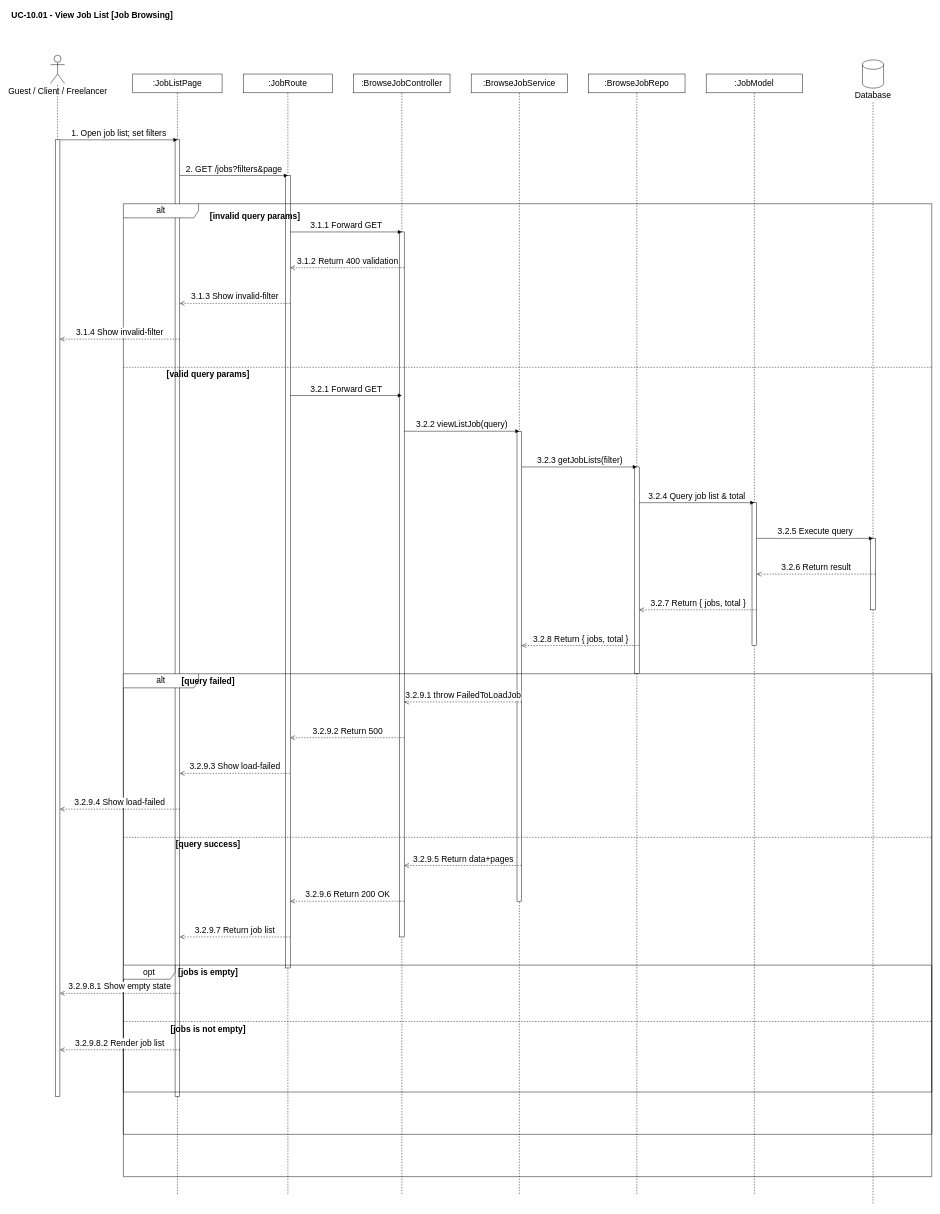
Earlier version of the draw.io diagram sequence-diagrams/UC-10.01_-_View_Job_List.drawio (Thunggg/Frevia). Source tidied: cells renumbered, new cells numbered last; positions are measured from the earlier drawing's top-left corner, leaving out a move shared by most shapes. Both pictures are drawn from the tidied source at 47%, with x=0, y=0 at pixel (10, 8).
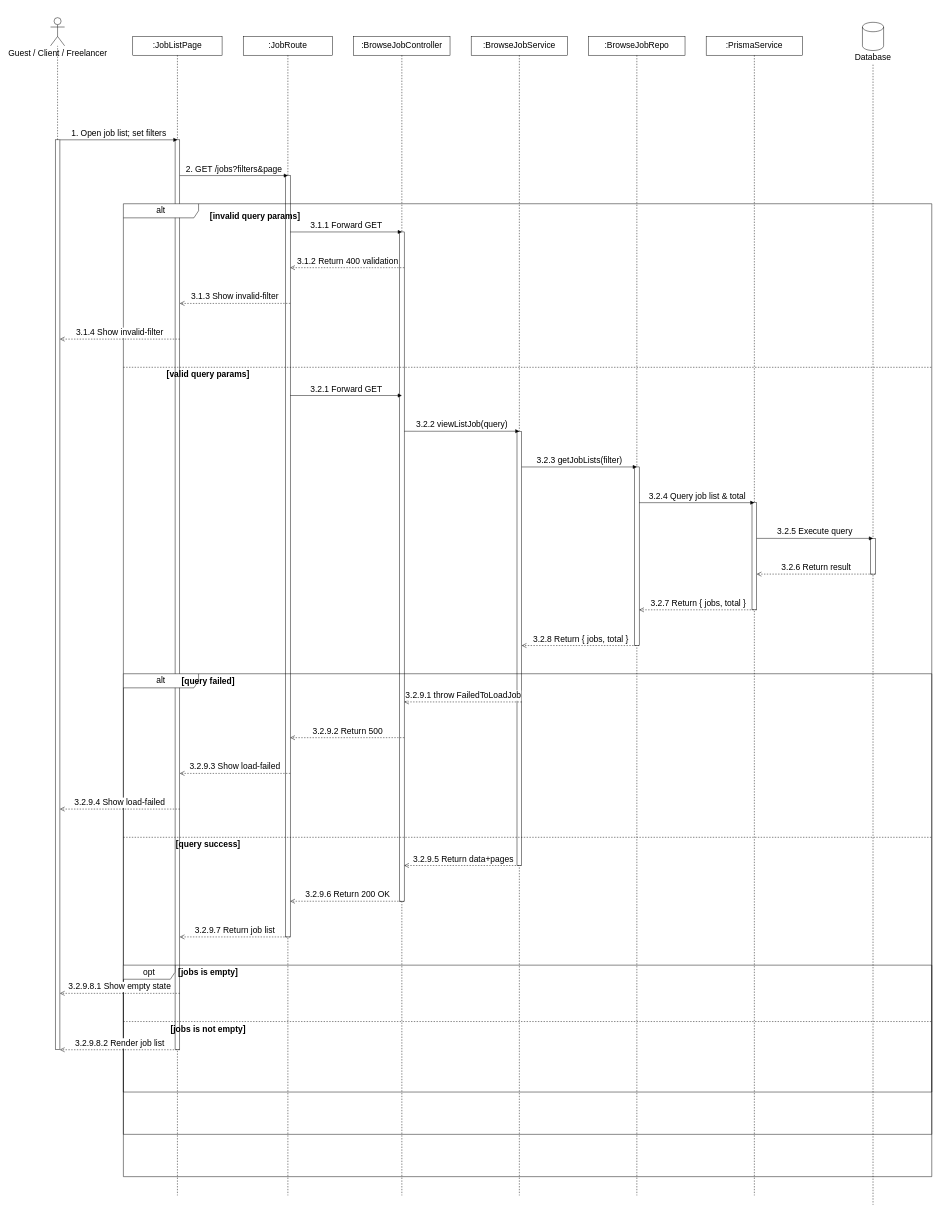
Above is the later version.

The edit, as a diff of the source:
```diff
@@
-    <mxCell id="2" value="UC-10.01 - View Job List [Job Browsing]" style="text;html=1;align=left;verticalAlign=middle;whiteSpace=wrap;rounded=0;fontSize=18;fontStyle=1;" parent="1" vertex="1">
-      <mxGeometry width="620" height="30" as="geometry" />
-    </mxCell>
     <mxCell id="3" value="Guest / Client / Freelancer" style="shape=umlActor;verticalLabelPosition=bottom;verticalAlign=top;html=1;fontSize=18;" parent="1" vertex="1">
-      <mxGeometry x="85" y="100" width="30" height="60" as="geometry" />
+      <mxGeometry x="85" y="20" width="30" height="60" as="geometry" />
     </mxCell>
     <mxCell id="4" value=":JobListPage" style="shape=umlLifeline;perimeter=lifelinePerimeter;whiteSpace=wrap;html=1;newEdgeStyle={&quot;curved&quot;:0,&quot;rounded&quot;:0};fontSize=18;" parent="1" vertex="1">
-      <mxGeometry x="260" y="140" width="190" height="2386" as="geometry" />
+      <mxGeometry x="260" y="60" width="190" height="2466" as="geometry" />
     </mxCell>
     <mxCell id="5" value=":JobRoute" style="shape=umlLifeline;perimeter=lifelinePerimeter;whiteSpace=wrap;html=1;newEdgeStyle={&quot;curved&quot;:0,&quot;rounded&quot;:0};fontSize=18;" parent="1" vertex="1">
-      <mxGeometry x="495" y="140" width="190" height="2386" as="geometry" />
+      <mxGeometry x="495" y="60" width="190" height="2466" as="geometry" />
     </mxCell>
     <mxCell id="6" value=":BrowseJobController" style="shape=umlLifeline;perimeter=lifelinePerimeter;whiteSpace=wrap;html=1;newEdgeStyle={&quot;curved&quot;:0,&quot;rounded&quot;:0};fontSize=18;" parent="1" vertex="1">
-      <mxGeometry x="730" y="140" width="205" height="2386" as="geometry" />
+      <mxGeometry x="730" y="60" width="205" height="2466" as="geometry" />
     </mxCell>
     <mxCell id="7" value=":BrowseJobService" style="shape=umlLifeline;perimeter=lifelinePerimeter;whiteSpace=wrap;html=1;newEdgeStyle={&quot;curved&quot;:0,&quot;rounded&quot;:0};fontSize=18;" parent="1" vertex="1">
-      <mxGeometry x="980" y="140" width="205" height="2386" as="geometry" />
+      <mxGeometry x="980" y="60" width="205" height="2466" as="geometry" />
     </mxCell>
     <mxCell id="8" value=":BrowseJobRepo" style="shape=umlLifeline;perimeter=lifelinePerimeter;whiteSpace=wrap;html=1;newEdgeStyle={&quot;curved&quot;:0,&quot;rounded&quot;:0};fontSize=18;" parent="1" vertex="1">
-      <mxGeometry x="1230" y="140" width="205" height="2386" as="geometry" />
+      <mxGeometry x="1230" y="60" width="205" height="2466" as="geometry" />
     </mxCell>
-    <mxCell id="9" value=":JobModel" style="shape=umlLifeline;perimeter=lifelinePerimeter;whiteSpace=wrap;html=1;newEdgeStyle={&quot;curved&quot;:0,&quot;rounded&quot;:0};fontSize=18;" parent="1" vertex="1">
-      <mxGeometry x="1480" y="140" width="205" height="2386" as="geometry" />
+    <mxCell id="9" value=":PrismaService" style="shape=umlLifeline;perimeter=lifelinePerimeter;whiteSpace=wrap;html=1;newEdgeStyle={&quot;curved&quot;:0,&quot;rounded&quot;:0};fontSize=18;" parent="1" vertex="1">
+      <mxGeometry x="1480" y="60" width="205" height="2466" as="geometry" />
     </mxCell>
     <mxCell id="10" style="strokeWidth=1;html=1;shape=mxgraph.flowchart.database;whiteSpace=wrap;" parent="1" vertex="1">
-      <mxGeometry x="1812.5" y="110" width="45" height="60" as="geometry" />
+      <mxGeometry x="1812.5" y="30" width="45" height="60" as="geometry" />
     </mxCell>
     <mxCell id="11" value="Database" style="text;html=1;align=center;verticalAlign=middle;whiteSpace=wrap;rounded=0;fontSize=18;" parent="1" vertex="1">
-      <mxGeometry x="1730" y="170" width="210" height="30" as="geometry" />
+      <mxGeometry x="1730" y="90" width="210" height="30" as="geometry" />
     </mxCell>
@@
     <mxCell id="13" style="html=1;points=[[0,0,0,0,5],[0,1,0,0,-5],[1,0,0,0,5],[1,1,0,0,-5]];perimeter=orthogonalPerimeter;outlineConnect=0;targetShapes=umlLifeline;portConstraint=eastwest;newEdgeStyle={&quot;curved&quot;:0,&quot;rounded&quot;:0};fontSize=18;" parent="1" vertex="1">
-      <mxGeometry x="95" y="280" width="10" height="2035" as="geometry" />
+      <mxGeometry x="95" y="280" width="10" height="1936" as="geometry" />
     </mxCell>
     <mxCell id="14" style="html=1;points=[[0,0,0,0,5],[0,1,0,0,-5],[1,0,0,0,5],[1,1,0,0,-5]];perimeter=orthogonalPerimeter;outlineConnect=0;targetShapes=umlLifeline;portConstraint=eastwest;newEdgeStyle={&quot;curved&quot;:0,&quot;rounded&quot;:0};fontSize=18;" parent="1" vertex="1">
-      <mxGeometry x="350" y="280" width="10" height="2035" as="geometry" />
+      <mxGeometry x="350" y="280" width="10" height="1936" as="geometry" />
     </mxCell>
     <mxCell id="15" style="html=1;points=[[0,0,0,0,5],[0,1,0,0,-5],[1,0,0,0,5],[1,1,0,0,-5]];perimeter=orthogonalPerimeter;outlineConnect=0;targetShapes=umlLifeline;portConstraint=eastwest;newEdgeStyle={&quot;curved&quot;:0,&quot;rounded&quot;:0};fontSize=18;" parent="1" vertex="1">
-      <mxGeometry x="585" y="356" width="10" height="1686" as="geometry" />
+      <mxGeometry x="585" y="356" width="10" height="1620" as="geometry" />
     </mxCell>
     <mxCell id="16" style="html=1;points=[[0,0,0,0,5],[0,1,0,0,-5],[1,0,0,0,5],[1,1,0,0,-5]];perimeter=orthogonalPerimeter;outlineConnect=0;targetShapes=umlLifeline;portConstraint=eastwest;newEdgeStyle={&quot;curved&quot;:0,&quot;rounded&quot;:0};fontSize=18;" parent="1" vertex="1">
-      <mxGeometry x="827.5" y="476" width="10" height="1500" as="geometry" />
+      <mxGeometry x="827.5" y="476" width="10" height="1424" as="geometry" />
     </mxCell>
     <mxCell id="17" style="html=1;points=[[0,0,0,0,5],[0,1,0,0,-5],[1,0,0,0,5],[1,1,0,0,-5]];perimeter=orthogonalPerimeter;outlineConnect=0;targetShapes=umlLifeline;portConstraint=eastwest;newEdgeStyle={&quot;curved&quot;:0,&quot;rounded&quot;:0};fontSize=18;" parent="1" vertex="1">
-      <mxGeometry x="1077.5" y="900" width="10" height="1000" as="geometry" />
+      <mxGeometry x="1077.5" y="900" width="10" height="924" as="geometry" />
     </mxCell>
     <mxCell id="18" style="html=1;points=[[0,0,0,0,5],[0,1,0,0,-5],[1,0,0,0,5],[1,1,0,0,-5]];perimeter=orthogonalPerimeter;outlineConnect=0;targetShapes=umlLifeline;portConstraint=eastwest;newEdgeStyle={&quot;curved&quot;:0,&quot;rounded&quot;:0};fontSize=18;" parent="1" vertex="1">
-      <mxGeometry x="1327.5" y="976" width="10" height="440" as="geometry" />
+      <mxGeometry x="1327.5" y="976" width="10" height="380" as="geometry" />
     </mxCell>
     <mxCell id="19" style="html=1;points=[[0,0,0,0,5],[0,1,0,0,-5],[1,0,0,0,5],[1,1,0,0,-5]];perimeter=orthogonalPerimeter;outlineConnect=0;targetShapes=umlLifeline;portConstraint=eastwest;newEdgeStyle={&quot;curved&quot;:0,&quot;rounded&quot;:0};fontSize=18;" parent="1" vertex="1">
-      <mxGeometry x="1577.5" y="1052" width="10" height="304" as="geometry" />
+      <mxGeometry x="1577.5" y="1052" width="10" height="228" as="geometry" />
     </mxCell>
     <mxCell id="20" style="html=1;points=[[0,0,0,0,5],[0,1,0,0,-5],[1,0,0,0,5],[1,1,0,0,-5]];perimeter=orthogonalPerimeter;outlineConnect=0;targetShapes=umlLifeline;portConstraint=eastwest;newEdgeStyle={&quot;curved&quot;:0,&quot;rounded&quot;:0};fontSize=18;" parent="1" vertex="1">
-      <mxGeometry x="1830" y="1128" width="10" height="152" as="geometry" />
+      <mxGeometry x="1830" y="1128" width="10" height="76" as="geometry" />
     </mxCell>
@@
-    <mxCell id="34" value="2. GET /jobs?filters&amp;page" style="html=1;verticalAlign=bottom;endArrow=block;curved=0;rounded=0;fontSize=18;exitX=1;exitY=0.0373;exitDx=0;exitDy=0;exitPerimeter=0;entryX=0.5;entryY=0;entryDx=0;entryDy=0;entryPerimeter=0;" parent="1" edge="1" source="14" target="15">
+    <mxCell id="34" value="2. GET /jobs?filters&amp;page" style="html=1;verticalAlign=bottom;endArrow=block;curved=0;rounded=0;fontSize=18;exitX=1;exitY=0.0393;exitDx=0;exitDy=0;exitPerimeter=0;entryX=0.5;entryY=0;entryDx=0;entryDy=0;entryPerimeter=0;" parent="1" edge="1" source="14" target="15">
       <mxGeometry relative="1" as="geometry" />
     </mxCell>
-    <mxCell id="35" value="3.1.1 Forward GET" style="html=1;verticalAlign=bottom;endArrow=block;curved=0;rounded=0;fontSize=18;exitX=1;exitY=0.0712;exitDx=0;exitDy=0;exitPerimeter=0;entryX=0.5;entryY=0;entryDx=0;entryDy=0;entryPerimeter=0;" parent="1" edge="1" source="15" target="16">
+    <mxCell id="35" value="3.1.1 Forward GET" style="html=1;verticalAlign=bottom;endArrow=block;curved=0;rounded=0;fontSize=18;exitX=1;exitY=0.0741;exitDx=0;exitDy=0;exitPerimeter=0;entryX=0.5;entryY=0;entryDx=0;entryDy=0;entryPerimeter=0;" parent="1" edge="1" source="15" target="16">
       <mxGeometry relative="1" as="geometry" />
     </mxCell>
-    <mxCell id="36" value="3.1.2 Return 400 validation" style="html=1;verticalAlign=bottom;endArrow=open;dashed=1;endSize=8;curved=0;rounded=0;fontSize=18;exitX=1;exitY=0.0507;exitDx=0;exitDy=0;exitPerimeter=0;entryX=1;entryY=0.1163;entryDx=0;entryDy=0;entryPerimeter=0;" parent="1" edge="1" source="16" target="15">
+    <mxCell id="36" value="3.1.2 Return 400 validation" style="html=1;verticalAlign=bottom;endArrow=open;dashed=1;endSize=8;curved=0;rounded=0;fontSize=18;exitX=1;exitY=0.0534;exitDx=0;exitDy=0;exitPerimeter=0;entryX=1;entryY=0.121;entryDx=0;entryDy=0;entryPerimeter=0;" parent="1" edge="1" source="16" target="15">
       <mxGeometry relative="1" as="geometry" />
     </mxCell>
-    <mxCell id="37" value="3.1.3 Show invalid-filter" style="html=1;verticalAlign=bottom;endArrow=open;dashed=1;endSize=8;curved=0;rounded=0;fontSize=18;exitX=1;exitY=0.1613;exitDx=0;exitDy=0;exitPerimeter=0;entryX=1;entryY=0.171;entryDx=0;entryDy=0;entryPerimeter=0;" parent="1" edge="1" source="15" target="14">
+    <mxCell id="37" value="3.1.3 Show invalid-filter" style="html=1;verticalAlign=bottom;endArrow=open;dashed=1;endSize=8;curved=0;rounded=0;fontSize=18;exitX=1;exitY=0.1679;exitDx=0;exitDy=0;exitPerimeter=0;entryX=1;entryY=0.1798;entryDx=0;entryDy=0;entryPerimeter=0;" parent="1" edge="1" source="15" target="14">
       <mxGeometry relative="1" as="geometry" />
     </mxCell>
-    <mxCell id="38" value="3.1.4 Show invalid-filter" style="html=1;verticalAlign=bottom;endArrow=open;dashed=1;endSize=8;curved=0;rounded=0;fontSize=18;exitX=1;exitY=0.2084;exitDx=0;exitDy=0;exitPerimeter=0;entryX=1;entryY=0.2084;entryDx=0;entryDy=0;entryPerimeter=0;" parent="1" edge="1" source="14" target="13">
+    <mxCell id="38" value="3.1.4 Show invalid-filter" style="html=1;verticalAlign=bottom;endArrow=open;dashed=1;endSize=8;curved=0;rounded=0;fontSize=18;exitX=1;exitY=0.219;exitDx=0;exitDy=0;exitPerimeter=0;entryX=1;entryY=0.219;entryDx=0;entryDy=0;entryPerimeter=0;" parent="1" edge="1" source="14" target="13">
       <mxGeometry relative="1" as="geometry" />
     </mxCell>
-    <mxCell id="39" value="3.2.1 Forward GET" style="html=1;verticalAlign=bottom;endArrow=block;curved=0;rounded=0;fontSize=18;exitX=1;exitY=0.2776;exitDx=0;exitDy=0;exitPerimeter=0;entryX=0.5;entryY=0.232;entryDx=0;entryDy=0;entryPerimeter=0;" parent="1" edge="1" source="15" target="16">
+    <mxCell id="39" value="3.2.1 Forward GET" style="html=1;verticalAlign=bottom;endArrow=block;curved=0;rounded=0;fontSize=18;exitX=1;exitY=0.2889;exitDx=0;exitDy=0;exitPerimeter=0;entryX=0.5;entryY=0.2444;entryDx=0;entryDy=0;entryPerimeter=0;" parent="1" edge="1" source="15" target="16">
       <mxGeometry relative="1" as="geometry" />
     </mxCell>
-    <mxCell id="40" value="3.2.2 viewListJob(query)" style="html=1;verticalAlign=bottom;endArrow=block;curved=0;rounded=0;fontSize=18;exitX=1;exitY=0.2827;exitDx=0;exitDy=0;exitPerimeter=0;entryX=0.5;entryY=0;entryDx=0;entryDy=0;entryPerimeter=0;" parent="1" edge="1" source="16" target="17">
+    <mxCell id="40" value="3.2.2 viewListJob(query)" style="html=1;verticalAlign=bottom;endArrow=block;curved=0;rounded=0;fontSize=18;exitX=1;exitY=0.2978;exitDx=0;exitDy=0;exitPerimeter=0;entryX=0.5;entryY=0;entryDx=0;entryDy=0;entryPerimeter=0;" parent="1" edge="1" source="16" target="17">
       <mxGeometry relative="1" as="geometry" />
     </mxCell>
-    <mxCell id="41" value="3.2.3 getJobLists(filter)" style="html=1;verticalAlign=bottom;endArrow=block;curved=0;rounded=0;fontSize=18;exitX=1;exitY=0.076;exitDx=0;exitDy=0;exitPerimeter=0;entryX=0.5;entryY=0;entryDx=0;entryDy=0;entryPerimeter=0;" parent="1" edge="1" source="17" target="18">
+    <mxCell id="41" value="3.2.3 getJobLists(filter)" style="html=1;verticalAlign=bottom;endArrow=block;curved=0;rounded=0;fontSize=18;exitX=1;exitY=0.0823;exitDx=0;exitDy=0;exitPerimeter=0;entryX=0.5;entryY=0;entryDx=0;entryDy=0;entryPerimeter=0;" parent="1" edge="1" source="17" target="18">
       <mxGeometry relative="1" as="geometry" />
     </mxCell>
-    <mxCell id="42" value="3.2.4 Query job list &amp; total" style="html=1;verticalAlign=bottom;endArrow=block;curved=0;rounded=0;fontSize=18;exitX=1;exitY=0.1727;exitDx=0;exitDy=0;exitPerimeter=0;entryX=0.5;entryY=0;entryDx=0;entryDy=0;entryPerimeter=0;" parent="1" edge="1" source="18" target="19">
+    <mxCell id="42" value="3.2.4 Query job list &amp; total" style="html=1;verticalAlign=bottom;endArrow=block;curved=0;rounded=0;fontSize=18;exitX=1;exitY=0.2;exitDx=0;exitDy=0;exitPerimeter=0;entryX=0.5;entryY=0;entryDx=0;entryDy=0;entryPerimeter=0;" parent="1" edge="1" source="18" target="19">
       <mxGeometry relative="1" as="geometry" />
     </mxCell>
-    <mxCell id="43" value="3.2.5 Execute query" style="html=1;verticalAlign=bottom;endArrow=block;curved=0;rounded=0;fontSize=18;exitX=1;exitY=0.25;exitDx=0;exitDy=0;exitPerimeter=0;entryX=0.5;entryY=0;entryDx=0;entryDy=0;entryPerimeter=0;" parent="1" edge="1" source="19" target="20">
+    <mxCell id="43" value="3.2.5 Execute query" style="html=1;verticalAlign=bottom;endArrow=block;curved=0;rounded=0;fontSize=18;exitX=1;exitY=0.3333;exitDx=0;exitDy=0;exitPerimeter=0;entryX=0.5;entryY=0;entryDx=0;entryDy=0;entryPerimeter=0;" parent="1" edge="1" source="19" target="20">
       <mxGeometry relative="1" as="geometry" />
     </mxCell>
-    <mxCell id="44" value="3.2.6 Return result" style="html=1;verticalAlign=bottom;endArrow=open;dashed=1;endSize=8;curved=0;rounded=0;fontSize=18;exitX=1;exitY=0.5;exitDx=0;exitDy=0;exitPerimeter=0;entryX=1;entryY=0.5;entryDx=0;entryDy=0;entryPerimeter=0;" parent="1" edge="1" source="20" target="19">
+    <mxCell id="44" value="3.2.6 Return result" style="html=1;verticalAlign=bottom;endArrow=open;dashed=1;endSize=8;curved=0;rounded=0;fontSize=18;exitX=1;exitY=1;exitDx=0;exitDy=0;exitPerimeter=0;entryX=1;entryY=0.6667;entryDx=0;entryDy=0;entryPerimeter=0;" parent="1" edge="1" source="20" target="19">
       <mxGeometry relative="1" as="geometry" />
     </mxCell>
-    <mxCell id="45" value="3.2.7 Return { jobs, total }" style="html=1;verticalAlign=bottom;endArrow=open;dashed=1;endSize=8;curved=0;rounded=0;fontSize=18;exitX=1;exitY=0.75;exitDx=0;exitDy=0;exitPerimeter=0;entryX=1;entryY=0.6909;entryDx=0;entryDy=0;entryPerimeter=0;" parent="1" edge="1" source="19" target="18">
+    <mxCell id="45" value="3.2.7 Return { jobs, total }" style="html=1;verticalAlign=bottom;endArrow=open;dashed=1;endSize=8;curved=0;rounded=0;fontSize=18;exitX=1;exitY=1;exitDx=0;exitDy=0;exitPerimeter=0;entryX=1;entryY=0.8;entryDx=0;entryDy=0;entryPerimeter=0;" parent="1" edge="1" source="19" target="18">
       <mxGeometry relative="1" as="geometry" />
     </mxCell>
-    <mxCell id="46" value="3.2.8 Return { jobs, total }" style="html=1;verticalAlign=bottom;endArrow=open;dashed=1;endSize=8;curved=0;rounded=0;fontSize=18;exitX=1;exitY=0.8636;exitDx=0;exitDy=0;exitPerimeter=0;entryX=1;entryY=0.456;entryDx=0;entryDy=0;entryPerimeter=0;" parent="1" edge="1" source="18" target="17">
+    <mxCell id="46" value="3.2.8 Return { jobs, total }" style="html=1;verticalAlign=bottom;endArrow=open;dashed=1;endSize=8;curved=0;rounded=0;fontSize=18;exitX=1;exitY=1;exitDx=0;exitDy=0;exitPerimeter=0;entryX=1;entryY=0.4935;entryDx=0;entryDy=0;entryPerimeter=0;" parent="1" edge="1" source="18" target="17">
       <mxGeometry relative="1" as="geometry" />
     </mxCell>
-    <mxCell id="47" value="3.2.9.1 throw FailedToLoadJob" style="html=1;verticalAlign=bottom;endArrow=open;dashed=1;endSize=8;curved=0;rounded=0;fontSize=18;exitX=1;exitY=0.576;exitDx=0;exitDy=0;exitPerimeter=0;entryX=1;entryY=0.6667;entryDx=0;entryDy=0;entryPerimeter=0;" parent="1" edge="1" source="17" target="16">
+    <mxCell id="47" value="3.2.9.1 throw FailedToLoadJob" style="html=1;verticalAlign=bottom;endArrow=open;dashed=1;endSize=8;curved=0;rounded=0;fontSize=18;exitX=1;exitY=0.6234;exitDx=0;exitDy=0;exitPerimeter=0;entryX=1;entryY=0.7022;entryDx=0;entryDy=0;entryPerimeter=0;" parent="1" edge="1" source="17" target="16">
       <mxGeometry relative="1" as="geometry" />
     </mxCell>
-    <mxCell id="48" value="3.2.9.2 Return 500" style="html=1;verticalAlign=bottom;endArrow=open;dashed=1;endSize=8;curved=0;rounded=0;fontSize=18;exitX=1;exitY=0.7173;exitDx=0;exitDy=0;exitPerimeter=0;entryX=1;entryY=0.7094;entryDx=0;entryDy=0;entryPerimeter=0;" parent="1" edge="1" source="16" target="15">
+    <mxCell id="48" value="3.2.9.2 Return 500" style="html=1;verticalAlign=bottom;endArrow=open;dashed=1;endSize=8;curved=0;rounded=0;fontSize=18;exitX=1;exitY=0.7556;exitDx=0;exitDy=0;exitPerimeter=0;entryX=1;entryY=0.7383;entryDx=0;entryDy=0;entryPerimeter=0;" parent="1" edge="1" source="16" target="15">
       <mxGeometry relative="1" as="geometry" />
     </mxCell>
-    <mxCell id="49" value="3.2.9.3 Show load-failed" style="html=1;verticalAlign=bottom;endArrow=open;dashed=1;endSize=8;curved=0;rounded=0;fontSize=18;exitX=1;exitY=0.7544;exitDx=0;exitDy=0;exitPerimeter=0;entryX=1;entryY=0.6624;entryDx=0;entryDy=0;entryPerimeter=0;" parent="1" edge="1" source="15" target="14">
+    <mxCell id="49" value="3.2.9.3 Show load-failed" style="html=1;verticalAlign=bottom;endArrow=open;dashed=1;endSize=8;curved=0;rounded=0;fontSize=18;exitX=1;exitY=0.7852;exitDx=0;exitDy=0;exitPerimeter=0;entryX=1;entryY=0.6963;entryDx=0;entryDy=0;entryPerimeter=0;" parent="1" edge="1" source="15" target="14">
       <mxGeometry relative="1" as="geometry" />
     </mxCell>
-    <mxCell id="50" value="3.2.9.4 Show load-failed" style="html=1;verticalAlign=bottom;endArrow=open;dashed=1;endSize=8;curved=0;rounded=0;fontSize=18;exitX=1;exitY=0.6998;exitDx=0;exitDy=0;exitPerimeter=0;entryX=1;entryY=0.6998;entryDx=0;entryDy=0;entryPerimeter=0;" parent="1" edge="1" source="14" target="13">
+    <mxCell id="50" value="3.2.9.4 Show load-failed" style="html=1;verticalAlign=bottom;endArrow=open;dashed=1;endSize=8;curved=0;rounded=0;fontSize=18;exitX=1;exitY=0.7355;exitDx=0;exitDy=0;exitPerimeter=0;entryX=1;entryY=0.7355;entryDx=0;entryDy=0;entryPerimeter=0;" parent="1" edge="1" source="14" target="13">
       <mxGeometry relative="1" as="geometry" />
     </mxCell>
-    <mxCell id="51" value="3.2.9.5 Return data+pages" style="html=1;verticalAlign=bottom;endArrow=open;dashed=1;endSize=8;curved=0;rounded=0;fontSize=18;exitX=1;exitY=0.924;exitDx=0;exitDy=0;exitPerimeter=0;entryX=1;entryY=0.8987;entryDx=0;entryDy=0;entryPerimeter=0;" parent="1" edge="1" source="17" target="16">
+    <mxCell id="51" value="3.2.9.5 Return data+pages" style="html=1;verticalAlign=bottom;endArrow=open;dashed=1;endSize=8;curved=0;rounded=0;fontSize=18;exitX=1;exitY=1;exitDx=0;exitDy=0;exitPerimeter=0;entryX=1;entryY=0.9466;entryDx=0;entryDy=0;entryPerimeter=0;" parent="1" edge="1" source="17" target="16">
       <mxGeometry relative="1" as="geometry" />
     </mxCell>
-    <mxCell id="52" value="3.2.9.6 Return 200 OK" style="html=1;verticalAlign=bottom;endArrow=open;dashed=1;endSize=8;curved=0;rounded=0;fontSize=18;exitX=1;exitY=0.9493;exitDx=0;exitDy=0;exitPerimeter=0;entryX=1;entryY=0.9158;entryDx=0;entryDy=0;entryPerimeter=0;" parent="1" edge="1" source="16" target="15">
+    <mxCell id="52" value="3.2.9.6 Return 200 OK" style="html=1;verticalAlign=bottom;endArrow=open;dashed=1;endSize=8;curved=0;rounded=0;fontSize=18;exitX=1;exitY=1;exitDx=0;exitDy=0;exitPerimeter=0;entryX=1;entryY=0.9531;entryDx=0;entryDy=0;entryPerimeter=0;" parent="1" edge="1" source="16" target="15">
       <mxGeometry relative="1" as="geometry" />
     </mxCell>
-    <mxCell id="53" value="3.2.9.7 Return job list" style="html=1;verticalAlign=bottom;endArrow=open;dashed=1;endSize=8;curved=0;rounded=0;fontSize=18;exitX=1;exitY=0.9609;exitDx=0;exitDy=0;exitPerimeter=0;entryX=1;entryY=0.8334;entryDx=0;entryDy=0;entryPerimeter=0;" parent="1" edge="1" source="15" target="14">
+    <mxCell id="53" value="3.2.9.7 Return job list" style="html=1;verticalAlign=bottom;endArrow=open;dashed=1;endSize=8;curved=0;rounded=0;fontSize=18;exitX=1;exitY=1;exitDx=0;exitDy=0;exitPerimeter=0;entryX=1;entryY=0.876;entryDx=0;entryDy=0;entryPerimeter=0;" parent="1" edge="1" source="15" target="14">
       <mxGeometry relative="1" as="geometry" />
     </mxCell>
-    <mxCell id="54" value="3.2.9.8.1 Show empty state" style="html=1;verticalAlign=bottom;endArrow=open;dashed=1;endSize=8;curved=0;rounded=0;fontSize=18;exitX=1;exitY=0.8924;exitDx=0;exitDy=0;exitPerimeter=0;entryX=1;entryY=0.8924;entryDx=0;entryDy=0;entryPerimeter=0;" parent="1" edge="1" source="14" target="13">
+    <mxCell id="54" value="3.2.9.8.1 Show empty state" style="html=1;verticalAlign=bottom;endArrow=open;dashed=1;endSize=8;curved=0;rounded=0;fontSize=18;exitX=1;exitY=0.938;exitDx=0;exitDy=0;exitPerimeter=0;entryX=1;entryY=0.938;entryDx=0;entryDy=0;entryPerimeter=0;" parent="1" edge="1" source="14" target="13">
       <mxGeometry relative="1" as="geometry" />
     </mxCell>
-    <mxCell id="55" value="3.2.9.8.2 Render job list" style="html=1;verticalAlign=bottom;endArrow=open;dashed=1;endSize=8;curved=0;rounded=0;fontSize=18;exitX=1;exitY=0.9514;exitDx=0;exitDy=0;exitPerimeter=0;entryX=1;entryY=0.9514;entryDx=0;entryDy=0;entryPerimeter=0;" parent="1" edge="1" source="14" target="13">
+    <mxCell id="55" value="3.2.9.8.2 Render job list" style="html=1;verticalAlign=bottom;endArrow=open;dashed=1;endSize=8;curved=0;rounded=0;fontSize=18;exitX=1;exitY=1;exitDx=0;exitDy=0;exitPerimeter=0;entryX=1;entryY=1;entryDx=0;entryDy=0;entryPerimeter=0;" parent="1" edge="1" source="14" target="13">
       <mxGeometry relative="1" as="geometry" />
     </mxCell>
```
